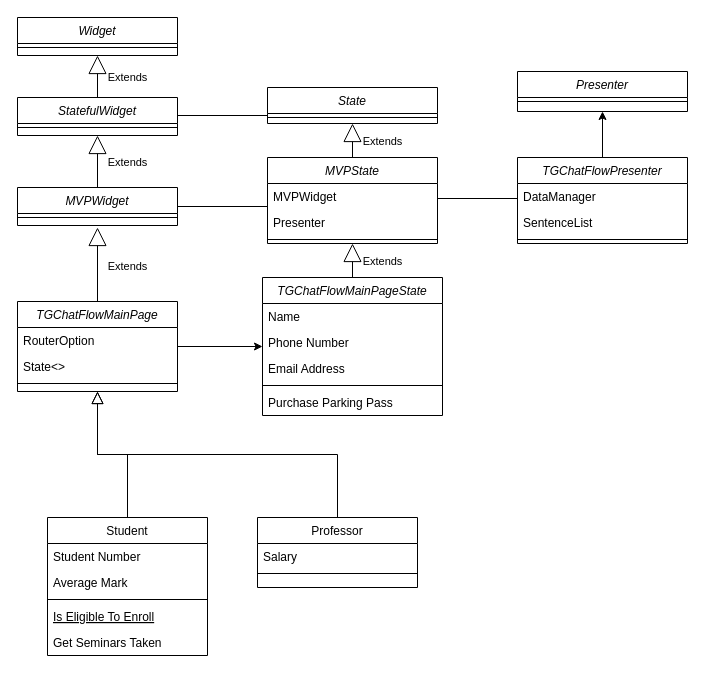
This is 未命名绘图.drawio from Mcdhcnhk0o0/exercise, a draw.io file, before an edit. Source tidied: cells renumbered, new cells numbered last; positions are measured from the earlier drawing's top-left corner, leaving out a move shared by most shapes. Both pictures are drawn from the tidied source at 100%, with x=0, y=0 at pixel (17, 17).
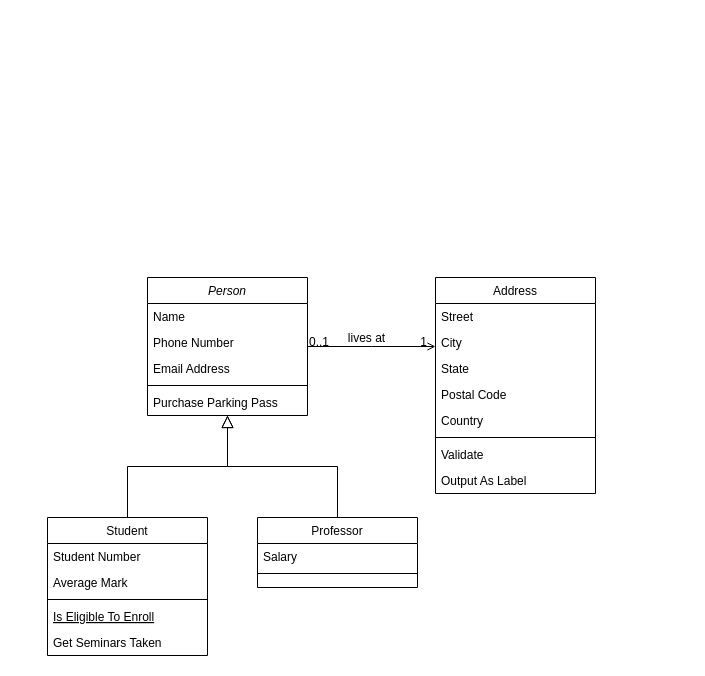
The same diagram, later.

Commit message:
已添加 未命名绘图.drawio

What changed in the source:
```diff
@@
-    <mxCell id="2" style="edgeStyle=orthogonalEdgeStyle;rounded=0;jettySize=auto;html=1;" parent="1" edge="1" source="3" target="24">
-      <mxGeometry relative="1" as="geometry" />
-    </mxCell>
-    <mxCell id="3" value="TGChatFlowMainPage" style="swimlane;fontStyle=2;align=center;verticalAlign=top;horizontal=1;startSize=26;rounded=0;shadow=0;strokeWidth=1;" parent="1" vertex="1">
-      <mxGeometry y="284" width="160" height="90" as="geometry" />
+    <mxCell id="3" value="Person" style="swimlane;fontStyle=2;align=center;verticalAlign=top;horizontal=1;startSize=26;rounded=0;shadow=0;strokeWidth=1;" parent="1" vertex="1">
+      <mxGeometry x="130" y="260" width="160" height="138" as="geometry" />
     </mxCell>
-    <mxCell id="4" value="RouterOption" style="text;align=left;verticalAlign=top;spacingLeft=4;spacingRight=4;overflow=hidden;" parent="3" vertex="1">
+    <mxCell id="4" value="Name" style="text;align=left;verticalAlign=top;spacingLeft=4;spacingRight=4;overflow=hidden;" parent="3" vertex="1">
       <mxGeometry y="26" width="160" height="26" as="geometry" />
     </mxCell>
-    <mxCell id="5" value="State&lt;&gt;" style="text;align=left;verticalAlign=top;spacingLeft=4;spacingRight=4;overflow=hidden;rounded=0;shadow=0;html=0;" parent="3" vertex="1">
+    <mxCell id="5" value="Phone Number" style="text;align=left;verticalAlign=top;spacingLeft=4;spacingRight=4;overflow=hidden;rounded=0;shadow=0;html=0;" parent="3" vertex="1">
       <mxGeometry y="52" width="160" height="26" as="geometry" />
     </mxCell>
+    <mxCell id="27" value="Email Address" style="text;align=left;verticalAlign=top;spacingLeft=4;spacingRight=4;overflow=hidden;rounded=0;shadow=0;html=0;" parent="3" vertex="1">
+      <mxGeometry y="78" width="160" height="26" as="geometry" />
+    </mxCell>
     <mxCell id="6" style="line;html=1;strokeWidth=1;align=left;verticalAlign=middle;spacingTop=-1;spacingLeft=3;spacingRight=3;labelPosition=right;" parent="3" vertex="1">
-      <mxGeometry y="78" width="160" height="8" as="geometry" />
+      <mxGeometry y="104" width="160" height="8" as="geometry" />
     </mxCell>
+    <mxCell id="29" value="Purchase Parking Pass" style="text;align=left;verticalAlign=top;spacingLeft=4;spacingRight=4;overflow=hidden;" parent="3" vertex="1">
+      <mxGeometry y="112" width="160" height="26" as="geometry" />
+    </mxCell>
@@
-    <mxCell id="18" value="MVPWidget" style="swimlane;fontStyle=2;align=center;verticalAlign=top;horizontal=1;startSize=26;rounded=0;shadow=0;strokeWidth=1;" parent="1" vertex="1">
-      <mxGeometry y="170" width="160" height="38" as="geometry" />
-    </mxCell>
-    <mxCell id="19" style="line;html=1;strokeWidth=1;align=left;verticalAlign=middle;spacingTop=-1;spacingLeft=3;spacingRight=3;labelPosition=right;" parent="18" vertex="1">
-      <mxGeometry y="26" width="160" height="8" as="geometry" />
-    </mxCell>
-    <mxCell id="20" value="StatefulWidget" style="swimlane;fontStyle=2;align=center;verticalAlign=top;horizontal=1;startSize=26;rounded=0;shadow=0;strokeWidth=1;" parent="1" vertex="1">
-      <mxGeometry y="80" width="160" height="38" as="geometry" />
-    </mxCell>
-    <mxCell id="21" style="line;html=1;strokeWidth=1;align=left;verticalAlign=middle;spacingTop=-1;spacingLeft=3;spacingRight=3;labelPosition=right;" parent="20" vertex="1">
-      <mxGeometry y="26" width="160" height="8" as="geometry" />
-    </mxCell>
-    <mxCell id="22" value="Widget" style="swimlane;fontStyle=2;align=center;verticalAlign=top;horizontal=1;startSize=26;rounded=0;shadow=0;strokeWidth=1;" parent="1" vertex="1">
-      <mxGeometry width="160" height="38" as="geometry" />
-    </mxCell>
-    <mxCell id="23" style="line;html=1;strokeWidth=1;align=left;verticalAlign=middle;spacingTop=-1;spacingLeft=3;spacingRight=3;labelPosition=right;" parent="22" vertex="1">
-      <mxGeometry y="26" width="160" height="8" as="geometry" />
-    </mxCell>
-    <mxCell id="24" value="TGChatFlowMainPageState" style="swimlane;fontStyle=2;align=center;verticalAlign=top;horizontal=1;startSize=26;rounded=0;shadow=0;strokeWidth=1;" parent="1" vertex="1">
-      <mxGeometry x="245" y="260" width="180" height="138" as="geometry" />
-    </mxCell>
-    <mxCell id="25" value="Name" style="text;align=left;verticalAlign=top;spacingLeft=4;spacingRight=4;overflow=hidden;" parent="24" vertex="1">
-      <mxGeometry y="26" width="180" height="26" as="geometry" />
-    </mxCell>
-    <mxCell id="26" value="Phone Number" style="text;align=left;verticalAlign=top;spacingLeft=4;spacingRight=4;overflow=hidden;rounded=0;shadow=0;html=0;" parent="24" vertex="1">
-      <mxGeometry y="52" width="180" height="26" as="geometry" />
-    </mxCell>
-    <mxCell id="27" value="Email Address" style="text;align=left;verticalAlign=top;spacingLeft=4;spacingRight=4;overflow=hidden;rounded=0;shadow=0;html=0;" parent="24" vertex="1">
-      <mxGeometry y="78" width="180" height="26" as="geometry" />
-    </mxCell>
-    <mxCell id="28" style="line;html=1;strokeWidth=1;align=left;verticalAlign=middle;spacingTop=-1;spacingLeft=3;spacingRight=3;labelPosition=right;" parent="24" vertex="1">
-      <mxGeometry y="104" width="180" height="8" as="geometry" />
-    </mxCell>
-    <mxCell id="29" value="Purchase Parking Pass" style="text;align=left;verticalAlign=top;spacingLeft=4;spacingRight=4;overflow=hidden;" parent="24" vertex="1">
-      <mxGeometry y="112" width="180" height="26" as="geometry" />
-    </mxCell>
-    <mxCell id="30" value="MVPState" style="swimlane;fontStyle=2;align=center;verticalAlign=top;horizontal=1;startSize=26;rounded=0;shadow=0;strokeWidth=1;" parent="1" vertex="1">
-      <mxGeometry x="250" y="140" width="170" height="86" as="geometry" />
-    </mxCell>
-    <mxCell id="31" value="MVPWidget" style="text;align=left;verticalAlign=top;spacingLeft=4;spacingRight=4;overflow=hidden;" parent="30" vertex="1">
-      <mxGeometry y="26" width="170" height="26" as="geometry" />
-    </mxCell>
-    <mxCell id="32" value="Presenter" style="text;align=left;verticalAlign=top;spacingLeft=4;spacingRight=4;overflow=hidden;rounded=0;shadow=0;html=0;" parent="30" vertex="1">
-      <mxGeometry y="52" width="170" height="26" as="geometry" />
-    </mxCell>
-    <mxCell id="33" style="line;html=1;strokeWidth=1;align=left;verticalAlign=middle;spacingTop=-1;spacingLeft=3;spacingRight=3;labelPosition=right;" parent="30" vertex="1">
-      <mxGeometry y="78" width="170" height="8" as="geometry" />
-    </mxCell>
-    <mxCell id="34" style="line;strokeWidth=1;fillColor=none;align=left;verticalAlign=middle;spacingTop=-1;spacingLeft=3;spacingRight=3;labelPosition=right;strokeColor=inherit;" parent="1" vertex="1">
-      <mxGeometry x="160" y="185" width="90" height="8" as="geometry" />
-    </mxCell>
+    <mxCell id="51" value="Address" style="swimlane;fontStyle=0;align=center;verticalAlign=top;horizontal=1;startSize=26;rounded=0;shadow=0;strokeWidth=1;" parent="1" vertex="1">
+      <mxGeometry x="418" y="260" width="160" height="216" as="geometry" />
+    </mxCell>
+    <mxCell id="52" value="Street" style="text;align=left;verticalAlign=top;spacingLeft=4;spacingRight=4;overflow=hidden;" parent="51" vertex="1">
+      <mxGeometry y="26" width="160" height="26" as="geometry" />
+    </mxCell>
+    <mxCell id="53" value="City" style="text;align=left;verticalAlign=top;spacingLeft=4;spacingRight=4;overflow=hidden;rounded=0;shadow=0;html=0;" parent="51" vertex="1">
+      <mxGeometry y="52" width="160" height="26" as="geometry" />
+    </mxCell>
-    <mxCell id="35" value="State" style="swimlane;fontStyle=2;align=center;verticalAlign=top;horizontal=1;startSize=26;rounded=0;shadow=0;strokeWidth=1;" parent="1" vertex="1">
-      <mxGeometry x="250" y="70" width="170" height="36" as="geometry" />
+    <mxCell id="35" value="State" style="text;align=left;verticalAlign=top;spacingLeft=4;spacingRight=4;overflow=hidden;points=[[0,0.5],[1,0.5]];portConstraint=eastwest;rounded=0;shadow=0;html=0;" parent="51" vertex="1">
+      <mxGeometry y="78" width="160" height="26" as="geometry" />
     </mxCell>
-    <mxCell id="36" style="line;html=1;strokeWidth=1;align=left;verticalAlign=middle;spacingTop=-1;spacingLeft=3;spacingRight=3;labelPosition=right;" parent="35" vertex="1">
-      <mxGeometry y="26" width="170" height="8" as="geometry" />
-    </mxCell>
-    <mxCell id="37" style="line;strokeWidth=1;fillColor=none;align=left;verticalAlign=middle;spacingTop=-1;spacingLeft=3;spacingRight=3;labelPosition=right;strokeColor=inherit;" parent="1" vertex="1">
-      <mxGeometry x="160" y="94" width="90" height="8" as="geometry" />
-    </mxCell>
-    <mxCell id="38" style="edgeStyle=orthogonalEdgeStyle;rounded=0;jettySize=auto;html=1;" parent="1" edge="1" source="39" target="44">
-      <mxGeometry relative="1" as="geometry" />
-    </mxCell>
-    <mxCell id="39" value="TGChatFlowPresenter" style="swimlane;fontStyle=2;align=center;verticalAlign=top;horizontal=1;startSize=26;rounded=0;shadow=0;strokeWidth=1;" parent="1" vertex="1">
-      <mxGeometry x="500" y="140" width="170" height="86" as="geometry" />
-    </mxCell>
-    <mxCell id="40" value="DataManager" style="text;align=left;verticalAlign=top;spacingLeft=4;spacingRight=4;overflow=hidden;" parent="39" vertex="1">
-      <mxGeometry y="26" width="170" height="26" as="geometry" />
-    </mxCell>
-    <mxCell id="41" value="SentenceList" style="text;align=left;verticalAlign=top;spacingLeft=4;spacingRight=4;overflow=hidden;rounded=0;shadow=0;html=0;" parent="39" vertex="1">
-      <mxGeometry y="52" width="170" height="26" as="geometry" />
-    </mxCell>
-    <mxCell id="42" style="line;html=1;strokeWidth=1;align=left;verticalAlign=middle;spacingTop=-1;spacingLeft=3;spacingRight=3;labelPosition=right;" parent="39" vertex="1">
-      <mxGeometry y="78" width="170" height="8" as="geometry" />
-    </mxCell>
-    <mxCell id="43" style="line;strokeWidth=1;fillColor=none;align=left;verticalAlign=middle;spacingTop=-1;spacingLeft=3;spacingRight=3;labelPosition=right;strokeColor=inherit;" parent="1" vertex="1">
-      <mxGeometry x="420" y="177" width="80" height="8" as="geometry" />
-    </mxCell>
-    <mxCell id="44" value="Presenter" style="swimlane;fontStyle=2;align=center;verticalAlign=top;horizontal=1;startSize=26;rounded=0;shadow=0;strokeWidth=1;" parent="1" vertex="1">
-      <mxGeometry x="500" y="54" width="170" height="40" as="geometry" />
-    </mxCell>
-    <mxCell id="45" style="line;html=1;strokeWidth=1;align=left;verticalAlign=middle;spacingTop=-1;spacingLeft=3;spacingRight=3;labelPosition=right;" parent="44" vertex="1">
-      <mxGeometry y="26" width="170" height="8" as="geometry" />
-    </mxCell>
-    <mxCell id="46" value="Extends" style="endArrow=block;endSize=16;endFill=0;html=1;rounded=0;entryX=0.5;entryY=1;entryDx=0;entryDy=0;" parent="1" edge="1" source="20" target="22">
-      <mxGeometry x="-0.05" y="-30" relative="1" as="geometry" />
-    </mxCell>
-    <mxCell id="47" value="Extends" style="endArrow=block;endSize=16;endFill=0;html=1;rounded=0;entryX=0.5;entryY=1;entryDx=0;entryDy=0;exitX=0.5;exitY=0;exitDx=0;exitDy=0;" parent="1" edge="1" source="18" target="20">
-      <mxGeometry x="-0.05" y="-30" relative="1" as="geometry" />
-    </mxCell>
-    <mxCell id="48" value="Extends" style="endArrow=block;endSize=16;endFill=0;html=1;rounded=0;exitX=0.5;exitY=0;exitDx=0;exitDy=0;" parent="1" edge="1" source="3">
-      <mxGeometry x="-0.05" y="-30" relative="1" as="geometry">
-        <mxPoint x="80" y="210" as="targetPoint" />
-      </mxGeometry>
-    </mxCell>
-    <mxCell id="49" value="Extends" style="endArrow=block;endSize=16;endFill=0;html=1;rounded=0;entryX=0.5;entryY=1;entryDx=0;entryDy=0;exitX=0.5;exitY=0;exitDx=0;exitDy=0;" parent="1" edge="1" source="24" target="30">
-      <mxGeometry x="-0.05" y="-30" relative="1" as="geometry" />
-    </mxCell>
-    <mxCell id="50" value="Extends" style="endArrow=block;endSize=16;endFill=0;html=1;rounded=0;entryX=0.5;entryY=1;entryDx=0;entryDy=0;exitX=0.5;exitY=0;exitDx=0;exitDy=0;" parent="1" edge="1" source="30" target="35">
-      <mxGeometry x="-0.05" y="-30" relative="1" as="geometry" />
-    </mxCell>
+    <mxCell id="54" value="Postal Code" style="text;align=left;verticalAlign=top;spacingLeft=4;spacingRight=4;overflow=hidden;rounded=0;shadow=0;html=0;" parent="51" vertex="1">
+      <mxGeometry y="104" width="160" height="26" as="geometry" />
+    </mxCell>
+    <mxCell id="55" value="Country" style="text;align=left;verticalAlign=top;spacingLeft=4;spacingRight=4;overflow=hidden;rounded=0;shadow=0;html=0;" parent="51" vertex="1">
+      <mxGeometry y="130" width="160" height="26" as="geometry" />
+    </mxCell>
+    <mxCell id="56" style="line;html=1;strokeWidth=1;align=left;verticalAlign=middle;spacingTop=-1;spacingLeft=3;spacingRight=3;labelPosition=right;" parent="51" vertex="1">
+      <mxGeometry y="156" width="160" height="8" as="geometry" />
+    </mxCell>
+    <mxCell id="57" value="Validate" style="text;align=left;verticalAlign=top;spacingLeft=4;spacingRight=4;overflow=hidden;" parent="51" vertex="1">
+      <mxGeometry y="164" width="160" height="26" as="geometry" />
+    </mxCell>
+    <mxCell id="58" value="Output As Label" style="text;align=left;verticalAlign=top;spacingLeft=4;spacingRight=4;overflow=hidden;" parent="51" vertex="1">
+      <mxGeometry y="190" width="160" height="26" as="geometry" />
+    </mxCell>
+    <mxCell id="59" style="endArrow=open;shadow=0;strokeWidth=1;rounded=0;endFill=1;edgeStyle=elbowEdgeStyle;elbow=vertical;" parent="1" edge="1" source="3" target="51">
+      <mxGeometry x="0.5" y="41" relative="1" as="geometry">
+        <mxPoint x="-40" y="32" as="offset" />
+      </mxGeometry>
+    </mxCell>
+    <mxCell id="60" value="0..1" style="align=left;verticalAlign=bottom;labelBackgroundColor=none;fontSize=12;" parent="59" vertex="1">
+      <mxGeometry x="-1" relative="1" as="geometry">
+        <mxPoint y="4" as="offset" />
+      </mxGeometry>
+    </mxCell>
+    <mxCell id="61" value="1" style="align=right;verticalAlign=bottom;labelBackgroundColor=none;fontSize=12;" parent="59" vertex="1">
+      <mxGeometry x="1" relative="1" as="geometry">
+        <mxPoint x="-7" y="4" as="offset" />
+      </mxGeometry>
+    </mxCell>
+    <mxCell id="62" value="lives at" style="text;html=1;align=center;verticalAlign=middle;labelBackgroundColor=none;rounded=0;shadow=0;strokeWidth=1;fontSize=12;" parent="59" vertex="1">
+      <mxGeometry x="0.5" y="49" relative="1" as="geometry">
+        <mxPoint x="-38" y="40" as="offset" />
+      </mxGeometry>
+    </mxCell>
```
